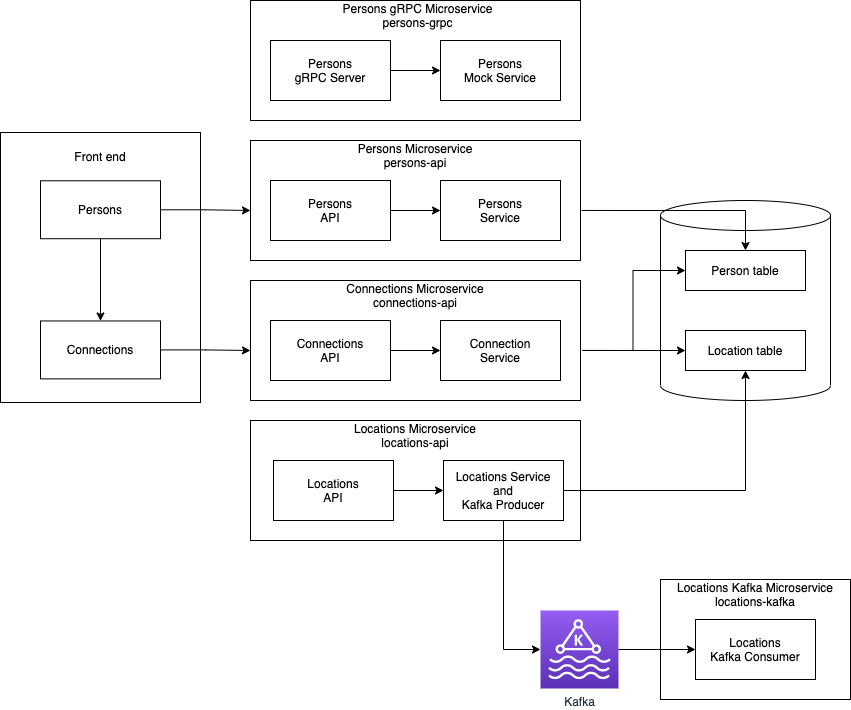
This is docs/architecture_design.png from aldo-linux/udaconnect, a draw.io export, as it was before one commit. Source tidied: cells renumbered, new cells last; positions are measured from the earlier drawing's top-left corner, leaving out a move shared by most shapes.
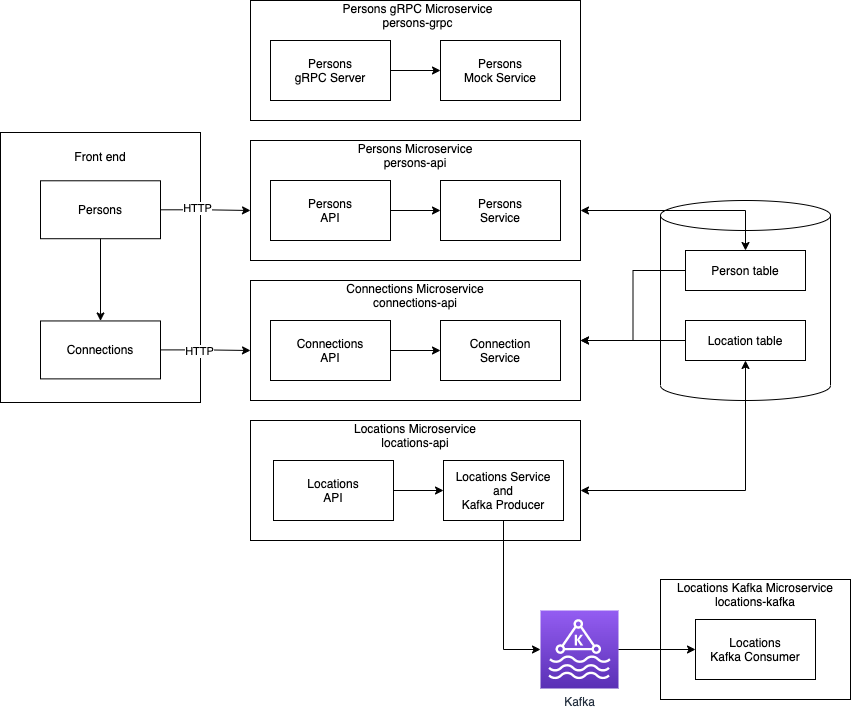
After the change.

The edit, as a diff of the source:
```diff
@@ -5,21 +5,18 @@
     <mxCell id="2" style="shape=cylinder3;whiteSpace=wrap;html=1;boundedLbl=1;backgroundOutline=1;size=15;" parent="1" vertex="1">
       <mxGeometry x="660" y="200" width="170" height="200" as="geometry" />
     </mxCell>
+    <mxCell id="48" style="edgeStyle=orthogonalEdgeStyle;rounded=0;jettySize=auto;html=1;" parent="1" edge="1" source="3" target="29">
+      <mxGeometry relative="1" as="geometry" />
+    </mxCell>
     <mxCell id="3" value="Person table" style="rounded=0;whiteSpace=wrap;html=1;" parent="1" vertex="1">
       <mxGeometry x="685" y="250" width="120" height="40" as="geometry" />
     </mxCell>
+    <mxCell id="49" style="edgeStyle=orthogonalEdgeStyle;rounded=0;jettySize=auto;html=1;entryX=1;entryY=0.5;entryDx=0;entryDy=0;" parent="1" edge="1" source="4" target="29">
+      <mxGeometry relative="1" as="geometry" />
+    </mxCell>
     <mxCell id="4" value="Location table" style="rounded=0;whiteSpace=wrap;html=1;" parent="1" vertex="1">
-      <mxGeometry x="685" y="330" width="120" height="40" as="geometry" />
+      <mxGeometry x="685" y="320" width="120" height="40" as="geometry" />
     </mxCell>
-    <mxCell id="5" style="edgeStyle=orthogonalEdgeStyle;rounded=0;jettySize=auto;html=1;entryX=0;entryY=0.5;entryDx=0;entryDy=0;exitX=1.006;exitY=0.583;exitDx=0;exitDy=0;exitPerimeter=0;" parent="1" edge="1" source="29" target="3">
-      <mxGeometry relative="1" as="geometry" />
-    </mxCell>
-    <mxCell id="6" style="edgeStyle=orthogonalEdgeStyle;rounded=0;jettySize=auto;html=1;entryX=0;entryY=0.5;entryDx=0;entryDy=0;exitX=1.006;exitY=0.583;exitDx=0;exitDy=0;exitPerimeter=0;" parent="1" edge="1" source="29" target="4">
-      <mxGeometry relative="1" as="geometry" />
-    </mxCell>
-    <mxCell id="7" style="edgeStyle=orthogonalEdgeStyle;rounded=0;jettySize=auto;html=1;entryX=0.5;entryY=0;entryDx=0;entryDy=0;exitX=1.003;exitY=0.583;exitDx=0;exitDy=0;exitPerimeter=0;" parent="1" edge="1" source="9" target="3">
-      <mxGeometry relative="1" as="geometry" />
-    </mxCell>
     <mxCell id="8" style="group;" parent="1" vertex="1">
       <mxGeometry x="250" y="140" width="330" height="120" as="geometry" />
     </mxCell>
@@ -61,11 +58,17 @@
         <mxPoint x="250" y="210" as="targetPoint" />
       </mxGeometry>
     </mxCell>
+    <mxCell id="50" value="HTTP" style="edgeLabel;html=1;align=center;verticalAlign=middle;" parent="20" vertex="1">
+      <mxGeometry x="-0.21" y="2" relative="1" as="geometry" />
+    </mxCell>
     <mxCell id="21" style="edgeStyle=orthogonalEdgeStyle;rounded=0;jettySize=auto;html=1;" parent="1" edge="1" source="17">
       <mxGeometry relative="1" as="geometry">
         <mxPoint x="250" y="350" as="targetPoint" />
       </mxGeometry>
     </mxCell>
+    <mxCell id="51" value="HTTP" style="edgeLabel;html=1;align=center;verticalAlign=middle;" parent="21" vertex="1">
+      <mxGeometry x="-0.16" y="-1" relative="1" as="geometry" />
+    </mxCell>
     <mxCell id="22" style="group;" parent="1" vertex="1">
       <mxGeometry x="250" y="420" width="330" height="120" as="geometry" />
     </mxCell>
@@ -138,11 +141,24 @@
     <mxCell id="45" value="Persons gRPC Microservice&lt;br&gt;persons-grpc" style="text;html=1;strokeColor=none;fillColor=none;align=center;verticalAlign=middle;whiteSpace=wrap;rounded=0;" parent="40" vertex="1">
       <mxGeometry x="85" width="165" height="30" as="geometry" />
     </mxCell>
-    <mxCell id="46" style="edgeStyle=orthogonalEdgeStyle;rounded=0;jettySize=auto;html=1;" parent="1" edge="1" source="26" target="4">
-      <mxGeometry relative="1" as="geometry" />
-    </mxCell>
     <mxCell id="47" style="edgeStyle=orthogonalEdgeStyle;rounded=0;jettySize=auto;html=1;exitX=1;exitY=0.5;exitDx=0;exitDy=0;exitPerimeter=0;entryX=0;entryY=0.5;entryDx=0;entryDy=0;" parent="1" edge="1" source="34" target="39">
       <mxGeometry relative="1" as="geometry" />
     </mxCell>
+    <mxCell id="52" style="endArrow=classic;startArrow=classic;html=1;rounded=0;entryX=0.5;entryY=0;entryDx=0;entryDy=0;" parent="1" edge="1" target="3">
+      <mxGeometry relative="1" as="geometry">
+        <mxPoint x="580" y="210" as="sourcePoint" />
+        <Array as="points">
+          <mxPoint x="745" y="210" />
+        </Array>
+      </mxGeometry>
+    </mxCell>
+    <mxCell id="53" style="endArrow=classic;startArrow=classic;html=1;rounded=0;entryX=0.5;entryY=1;entryDx=0;entryDy=0;" parent="1" edge="1" target="4">
+      <mxGeometry relative="1" as="geometry">
+        <mxPoint x="580" y="490" as="sourcePoint" />
+        <Array as="points">
+          <mxPoint x="745" y="490" />
+        </Array>
+      </mxGeometry>
+    </mxCell>
   </root>
 </mxGraphModel>
```
